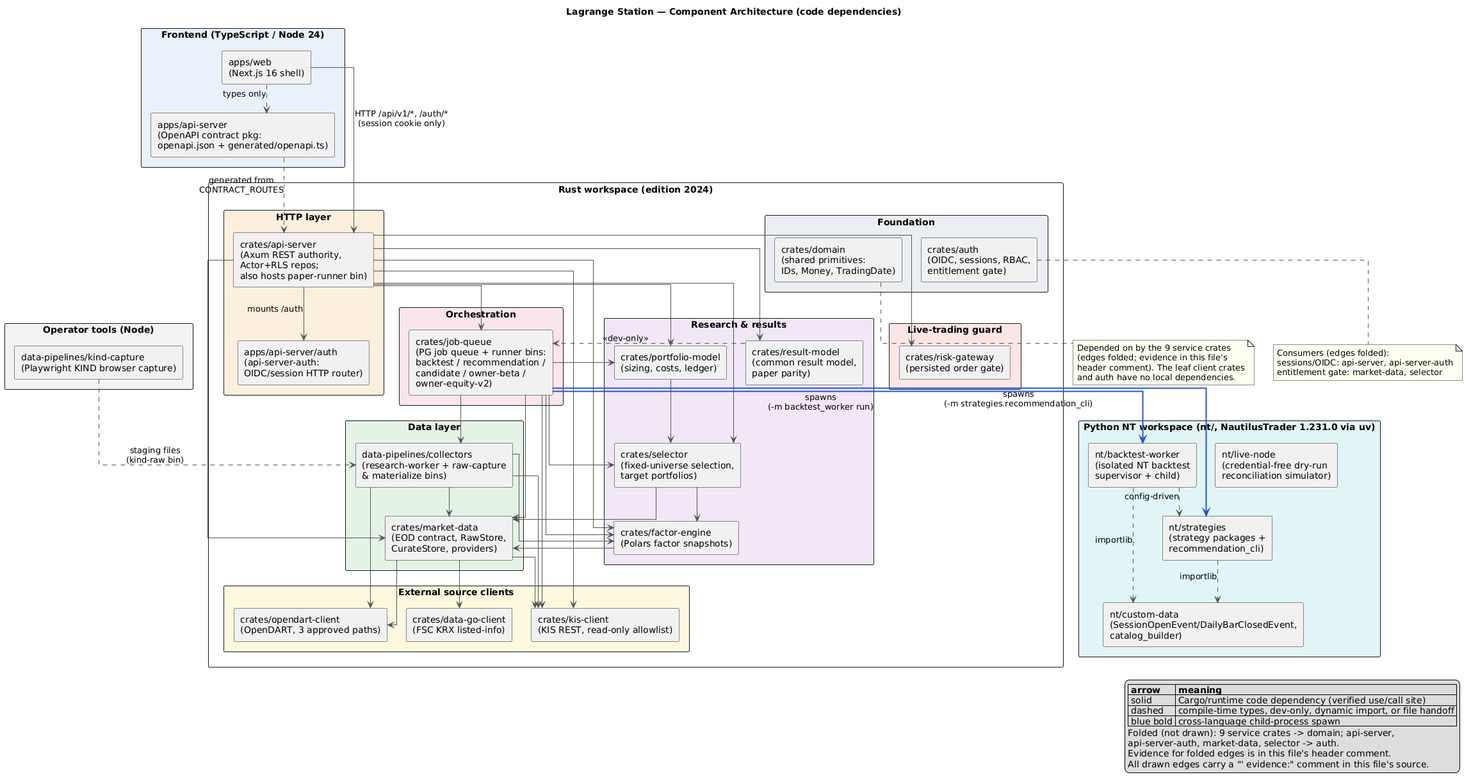
The PlantUML diagram docs/diagrams/component_architecture.png in sihioov/Lagrange, before a commit. Its diagram source:
```plantuml
@startuml component_architecture

title Lagrange Station — Component Architecture (code dependencies)

skinparam componentStyle rectangle
skinparam packageStyle rectangle
skinparam shadowing false
skinparam linetype ortho
skinparam nodesep 30
skinparam ranksep 45
skinparam ArrowColor #555555
skinparam noteBackgroundColor #FFFFF0

package "Frontend (TypeScript / Node 24)" #E8F1FB {
  component "apps/web\n(Next.js 16 shell)" as web
  component "apps/api-server\n(OpenAPI contract pkg:\nopenapi.json + generated/openapi.ts)" as api_contract
}

package "Rust workspace (edition 2024)" {

  package "HTTP layer" #FDEEDC {
    component "crates/api-server\n(Axum REST authority,\nActor+RLS repos;\nalso hosts paper-runner bin)" as api_server
    component "apps/api-server/auth\n(api-server-auth:\nOIDC/session HTTP router)" as api_server_auth
  }

  package "Orchestration" #FBE4EC {
    component "crates/job-queue\n(PG job queue + runner bins:\nbacktest / recommendation /\ncandidate / owner-beta /\nowner-equity-v2)" as job_queue
  }

  package "Research & results" #F1E6F7 {
    component "crates/factor-engine\n(Polars factor snapshots)" as factor_engine
    component "crates/selector\n(fixed-universe selection,\ntarget portfolios)" as selector
    component "crates/portfolio-model\n(sizing, costs, ledger)" as portfolio_model
    component "crates/result-model\n(common result model,\npaper parity)" as result_model
  }

  package "Live-trading guard" #FBE5E5 {
    component "crates/risk-gateway\n(persisted order gate)" as risk_gateway
  }

  package "Data layer" #E5F3E7 {
    component "crates/market-data\n(EOD contract, RawStore,\nCurateStore, providers)" as market_data
    component "data-pipelines/collectors\n(research-worker + raw-capture\n& materialize bins)" as collectors
  }

  package "External source clients" #FCF8DE {
    component "crates/kis-client\n(KIS REST, read-only allowlist)" as kis_client
    component "crates/opendart-client\n(OpenDART, 3 approved paths)" as opendart_client
    component "crates/data-go-client\n(FSC KRX listed-info)" as data_go_client
  }

  package "Foundation" #EBEFF2 {
    component "crates/domain\n(shared primitives:\nIDs, Money, TradingDate)" as domain
    component "crates/auth\n(OIDC, sessions, RBAC,\nentitlement gate)" as auth
  }
}

note bottom of domain
  Depended on by the 9 service crates
  (edges folded; evidence in this file's
  header comment). The leaf client crates
  and auth have no local dependencies.
end note

note bottom of auth
  Consumers (edges folded):
  sessions/OIDC: api-server, api-server-auth
  entitlement gate: market-data, selector
end note

package "Python NT workspace (nt/, NautilusTrader 1.231.0 via uv)" #E0F4F6 {
  component "nt/backtest-worker\n(isolated NT backtest\nsupervisor + child)" as backtest_worker
  component "nt/strategies\n(strategy packages +\nrecommendation_cli)" as strategies
  component "nt/custom-data\n(SessionOpenEvent/DailyBarClosedEvent,\ncatalog_builder)" as custom_data
  component "nt/live-node\n(credential-free dry-run\nreconciliation simulator)" as live_node
}

package "Operator tools (Node)" #F2F2F2 {
  component "data-pipelines/kind-capture\n(Playwright KIND browser capture)" as kind_capture
}


web --> api_server : HTTP /api/v1/*, /auth/*\n(session cookie only)

web ..> api_contract : types only

api_contract ..> api_server : generated from\nCONTRACT_ROUTES


api_server --> api_server_auth : mounts /auth

api_server --> factor_engine
api_server --> risk_gateway
api_server --> kis_client
api_server --> job_queue
api_server --> market_data
api_server --> portfolio_model
api_server --> result_model
api_server --> selector


job_queue --> factor_engine
job_queue --> selector
job_queue --> portfolio_model
job_queue --> market_data
job_queue --> collectors
job_queue --> kis_client


factor_engine --> market_data

selector --> market_data
selector --> factor_engine

portfolio_model --> selector

result_model ..> job_queue : <<dev-only>>


market_data --> kis_client
market_data --> opendart_client
market_data --> data_go_client

collectors --> market_data
collectors --> factor_engine
collectors --> kis_client
collectors --> opendart_client


job_queue -[#2255CC,bold]-> backtest_worker : spawns\n(-m backtest_worker run)

job_queue -[#2255CC,bold]-> strategies : spawns\n(-m strategies.recommendation_cli)


backtest_worker ..> custom_data : importlib
backtest_worker ..> strategies : config-driven
strategies ..> custom_data : importlib



kind_capture ..> collectors : staging files\n(kind-raw bin)

legend right
  |= arrow |= meaning |
  | solid | Cargo/runtime code dependency (verified use/call site) |
  | dashed | compile-time types, dev-only, dynamic import, or file handoff |
  | blue bold | cross-language child-process spawn |
  Folded (not drawn): 9 service crates -> domain; api-server,
  api-server-auth, market-data, selector -> auth.
  Evidence for folded edges is in this file's header comment.
  All drawn edges carry a "' evidence:" comment in this file's source.
endlegend

@enduml
```
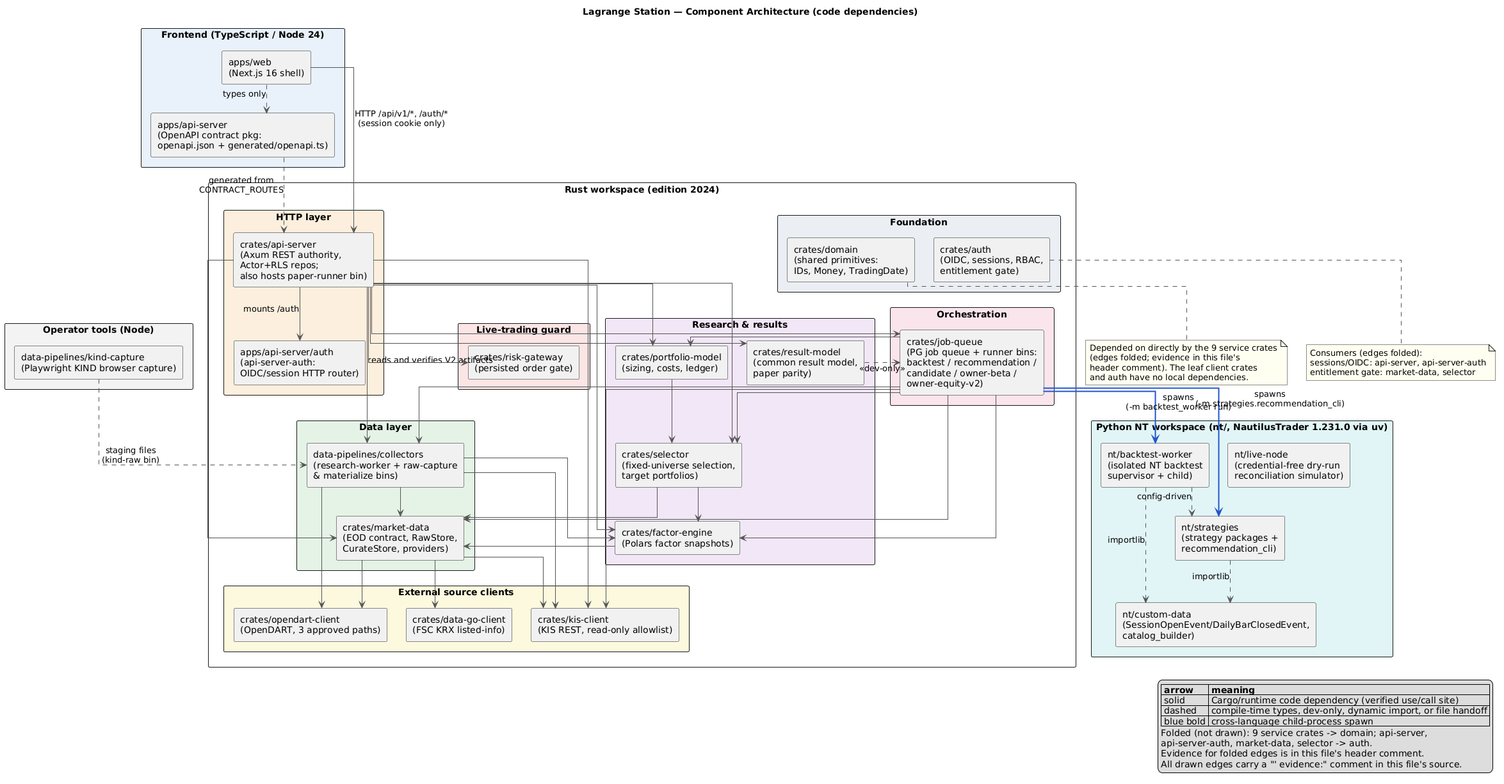
The same diagram one commit later.

Commit message:
docs: update stock beta chart architecture diagrams

What changed in the source:
```diff
@@ -56,7 +56,7 @@
 }
 
 note bottom of domain
-  Depended on by the 9 service crates
+  Depended on directly by the 9 service crates
   (edges folded; evidence in this file's
   header comment). The leaf client crates
   and auth have no local dependencies.
@@ -88,6 +88,8 @@
 
 
 api_server --> api_server_auth : mounts /auth
+
+api_server --> collectors : reads and verifies V2 artifacts
 
 api_server --> factor_engine
 api_server --> risk_gateway
```
